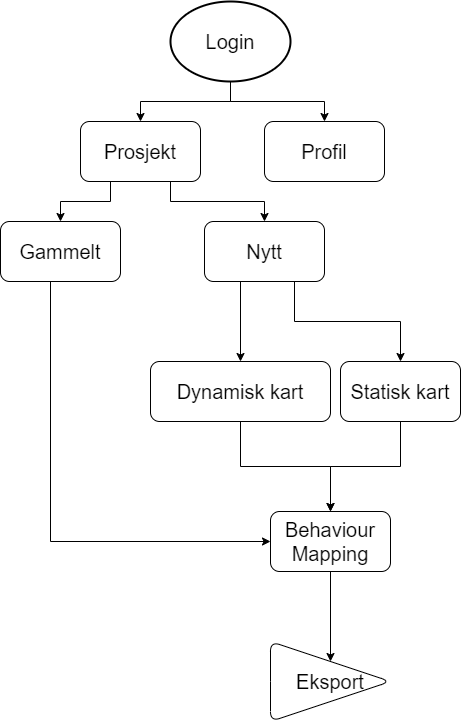
Oddvar-N-O/BehaviourMapperV2Levering keeps this draw.io diagram as rapport/BehaviorMapper_v1.png. Above is the earlier version. Source tidied: cells renumbered, new cells last; positions are measured from the earlier drawing's top-left corner, leaving out a move shared by most shapes.
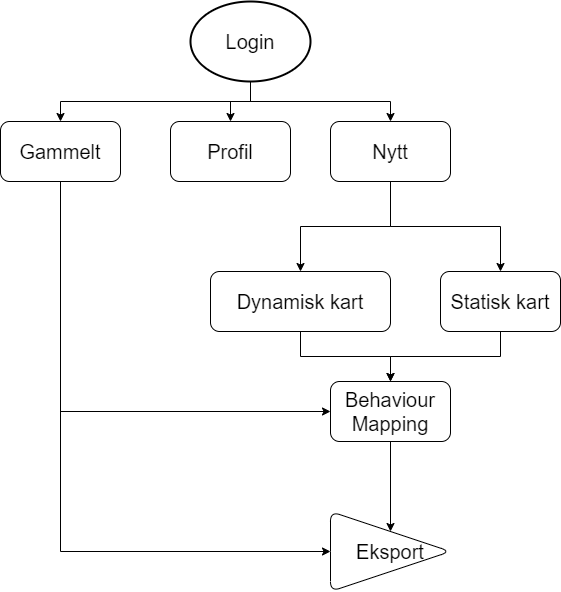
The same diagram one commit later.

What changed in the source:
```diff
@@ -2,70 +2,59 @@
   <root>
     <mxCell id="0" />
     <mxCell id="1" parent="0" />
-    <mxCell id="2" style="edgeStyle=orthogonalEdgeStyle;rounded=0;jettySize=auto;html=1;" parent="1" edge="1" source="4" target="9">
-      <mxGeometry relative="1" as="geometry" />
-    </mxCell>
     <mxCell id="3" style="edgeStyle=orthogonalEdgeStyle;rounded=0;jettySize=auto;html=1;exitX=0.5;exitY=1;exitDx=0;exitDy=0;exitPerimeter=0;entryX=0.5;entryY=0;entryDx=0;entryDy=0;" parent="1" edge="1" source="4" target="17">
       <mxGeometry relative="1" as="geometry" />
     </mxCell>
+    <mxCell id="21" style="edgeStyle=orthogonalEdgeStyle;rounded=0;jettySize=auto;html=1;exitX=0.5;exitY=1;exitDx=0;exitDy=0;exitPerimeter=0;entryX=0.5;entryY=0;entryDx=0;entryDy=0;" parent="1" edge="1" source="4" target="12">
+      <mxGeometry relative="1" as="geometry" />
+    </mxCell>
+    <mxCell id="22" style="edgeStyle=orthogonalEdgeStyle;rounded=0;jettySize=auto;html=1;exitX=0.5;exitY=1;exitDx=0;exitDy=0;exitPerimeter=0;entryX=0.5;entryY=0;entryDx=0;entryDy=0;" parent="1" edge="1" source="4" target="16">
+      <mxGeometry relative="1" as="geometry" />
+    </mxCell>
     <mxCell id="4" value="&lt;font style=&quot;font-size: 20px&quot;&gt;Login&lt;/font&gt;" style="strokeWidth=2;html=1;shape=mxgraph.flowchart.start_1;whiteSpace=wrap;" parent="1" vertex="1">
       <mxGeometry x="170" width="120" height="80" as="geometry" />
     </mxCell>
-    <mxCell id="5" style="edgeStyle=orthogonalEdgeStyle;rounded=0;jettySize=auto;html=1;" parent="1" edge="1" source="6" target="19">
+    <mxCell id="5" style="edgeStyle=orthogonalEdgeStyle;rounded=0;jettySize=auto;html=1;exitX=0.5;exitY=1;exitDx=0;exitDy=0;entryX=0.5;entryY=0;entryDx=0;entryDy=0;" parent="1" edge="1" source="6" target="19">
       <mxGeometry relative="1" as="geometry" />
     </mxCell>
     <mxCell id="6" value="&lt;font style=&quot;font-size: 20px&quot;&gt;Dynamisk kart&lt;/font&gt;" style="rounded=1;whiteSpace=wrap;html=1;" parent="1" vertex="1">
-      <mxGeometry x="150" y="360" width="180" height="60" as="geometry" />
+      <mxGeometry x="190" y="270" width="180" height="60" as="geometry" />
     </mxCell>
-    <mxCell id="7" style="edgeStyle=orthogonalEdgeStyle;rounded=0;jettySize=auto;html=1;exitX=0.25;exitY=1;exitDx=0;exitDy=0;entryX=0.5;entryY=0;entryDx=0;entryDy=0;" parent="1" edge="1" source="9" target="16">
-      <mxGeometry relative="1" as="geometry" />
-    </mxCell>
-    <mxCell id="8" style="edgeStyle=orthogonalEdgeStyle;rounded=0;jettySize=auto;html=1;exitX=0.75;exitY=1;exitDx=0;exitDy=0;entryX=0.5;entryY=0;entryDx=0;entryDy=0;" parent="1" edge="1" source="9" target="12">
-      <mxGeometry relative="1" as="geometry" />
-    </mxCell>
-    <mxCell id="9" value="&lt;font style=&quot;font-size: 20px&quot;&gt;Prosjekt&lt;/font&gt;" style="rounded=1;whiteSpace=wrap;html=1;" parent="1" vertex="1">
-      <mxGeometry x="80" y="120" width="120" height="60" as="geometry" />
-    </mxCell>
-    <mxCell id="10" style="edgeStyle=orthogonalEdgeStyle;rounded=0;jettySize=auto;html=1;exitX=0.75;exitY=1;exitDx=0;exitDy=0;entryX=0.5;entryY=0;entryDx=0;entryDy=0;" parent="1" edge="1" source="12" target="14">
+    <mxCell id="10" style="edgeStyle=orthogonalEdgeStyle;rounded=0;jettySize=auto;html=1;exitX=0.5;exitY=1;exitDx=0;exitDy=0;entryX=0.5;entryY=0;entryDx=0;entryDy=0;" parent="1" edge="1" source="12" target="14">
       <mxGeometry relative="1" as="geometry" />
     </mxCell>
-    <mxCell id="11" style="edgeStyle=orthogonalEdgeStyle;rounded=0;jettySize=auto;html=1;exitX=0.25;exitY=1;exitDx=0;exitDy=0;entryX=0.5;entryY=0;entryDx=0;entryDy=0;" parent="1" edge="1" source="12" target="6">
-      <mxGeometry relative="1" as="geometry">
-        <Array as="points">
-          <mxPoint x="240" y="280" />
-        </Array>
-      </mxGeometry>
+    <mxCell id="11" style="edgeStyle=orthogonalEdgeStyle;rounded=0;jettySize=auto;html=1;exitX=0.5;exitY=1;exitDx=0;exitDy=0;entryX=0.5;entryY=0;entryDx=0;entryDy=0;" parent="1" edge="1" source="12" target="6">
+      <mxGeometry relative="1" as="geometry" />
     </mxCell>
     <mxCell id="12" value="&lt;font style=&quot;font-size: 20px&quot;&gt;Nytt&lt;/font&gt;" style="rounded=1;whiteSpace=wrap;html=1;" parent="1" vertex="1">
-      <mxGeometry x="204" y="220" width="120" height="60" as="geometry" />
+      <mxGeometry x="310" y="120" width="120" height="60" as="geometry" />
     </mxCell>
-    <mxCell id="13" style="edgeStyle=orthogonalEdgeStyle;rounded=0;jettySize=auto;html=1;" parent="1" edge="1" source="14" target="19">
+    <mxCell id="13" style="edgeStyle=orthogonalEdgeStyle;rounded=0;jettySize=auto;html=1;exitX=0.5;exitY=1;exitDx=0;exitDy=0;" parent="1" edge="1" source="14" target="19">
       <mxGeometry relative="1" as="geometry" />
     </mxCell>
     <mxCell id="14" value="&lt;span style=&quot;font-size: 20px&quot;&gt;Statisk kart&lt;/span&gt;" style="whiteSpace=wrap;html=1;rounded=1;" parent="1" vertex="1">
-      <mxGeometry x="340" y="360" width="120" height="60" as="geometry" />
+      <mxGeometry x="420" y="270" width="120" height="60" as="geometry" />
     </mxCell>
+    <mxCell id="23" style="edgeStyle=orthogonalEdgeStyle;rounded=0;jettySize=auto;html=1;exitX=0.5;exitY=1;exitDx=0;exitDy=0;entryX=0;entryY=0.5;entryDx=0;entryDy=0;" parent="1" edge="1" source="16" target="20">
+      <mxGeometry relative="1" as="geometry" />
+    </mxCell>
-    <mxCell id="15" style="edgeStyle=orthogonalEdgeStyle;rounded=0;jettySize=auto;html=1;entryX=0;entryY=0.5;entryDx=0;entryDy=0;" parent="1" edge="1" source="16" target="19">
-      <mxGeometry relative="1" as="geometry">
-        <Array as="points">
-          <mxPoint x="50" y="540" />
-        </Array>
-      </mxGeometry>
+    <mxCell id="15" style="edgeStyle=orthogonalEdgeStyle;rounded=0;jettySize=auto;html=1;exitX=0.5;exitY=1;exitDx=0;exitDy=0;entryX=0;entryY=0.5;entryDx=0;entryDy=0;" parent="1" edge="1" source="16" target="19">
+      <mxGeometry relative="1" as="geometry" />
     </mxCell>
     <mxCell id="16" value="&lt;font style=&quot;font-size: 20px&quot;&gt;Gammelt&lt;/font&gt;" style="rounded=1;whiteSpace=wrap;html=1;" parent="1" vertex="1">
-      <mxGeometry y="220" width="120" height="60" as="geometry" />
+      <mxGeometry x="-20" y="120" width="120" height="60" as="geometry" />
     </mxCell>
     <mxCell id="17" value="&lt;font style=&quot;font-size: 20px&quot;&gt;Profil&lt;/font&gt;" style="rounded=1;whiteSpace=wrap;html=1;" parent="1" vertex="1">
-      <mxGeometry x="264" y="120" width="120" height="60" as="geometry" />
+      <mxGeometry x="150" y="120" width="120" height="60" as="geometry" />
     </mxCell>
     <mxCell id="18" style="edgeStyle=orthogonalEdgeStyle;rounded=0;jettySize=auto;html=1;" parent="1" edge="1" source="19" target="20">
       <mxGeometry relative="1" as="geometry" />
     </mxCell>
     <mxCell id="19" value="&lt;font style=&quot;font-size: 20px&quot;&gt;Behaviour Mapping&lt;/font&gt;" style="whiteSpace=wrap;html=1;rounded=1;" parent="1" vertex="1">
-      <mxGeometry x="270" y="510" width="120" height="60" as="geometry" />
+      <mxGeometry x="310" y="380" width="120" height="60" as="geometry" />
     </mxCell>
     <mxCell id="20" value="&lt;font style=&quot;font-size: 20px&quot;&gt;Eksport&lt;/font&gt;" style="triangle;whiteSpace=wrap;html=1;rounded=1;" parent="1" vertex="1">
-      <mxGeometry x="270" y="640" width="120" height="80" as="geometry" />
+      <mxGeometry x="310" y="510" width="120" height="80" as="geometry" />
     </mxCell>
   </root>
 </mxGraphModel>
```
